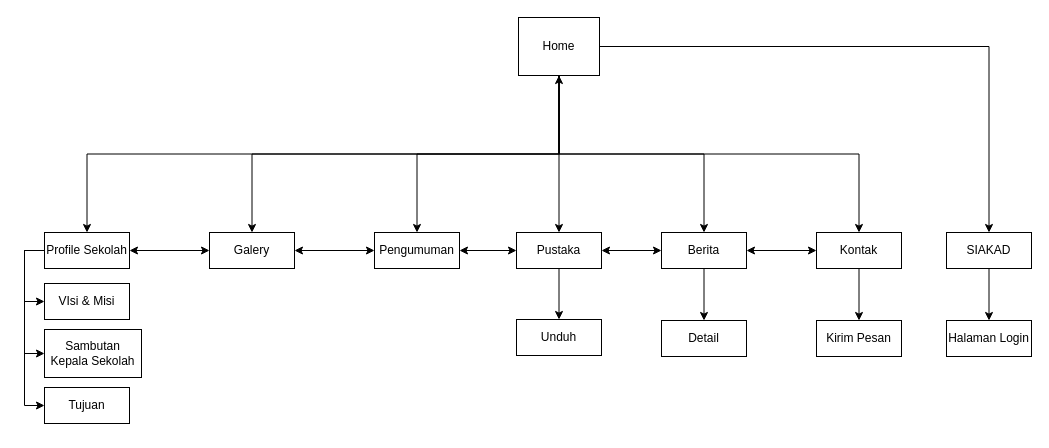
The draw.io diagram page "Page-2" (2 of 4) of Untitled Diagram.drawio in aldonicolaz/siakad-petrus, before the edit. Source tidied: cells renumbered, new cells numbered last; positions are measured from the earlier drawing's top-left corner, leaving out a move shared by most shapes. Both pictures are drawn from the tidied source at 100%, with x=0, y=0 at pixel (24, 17).
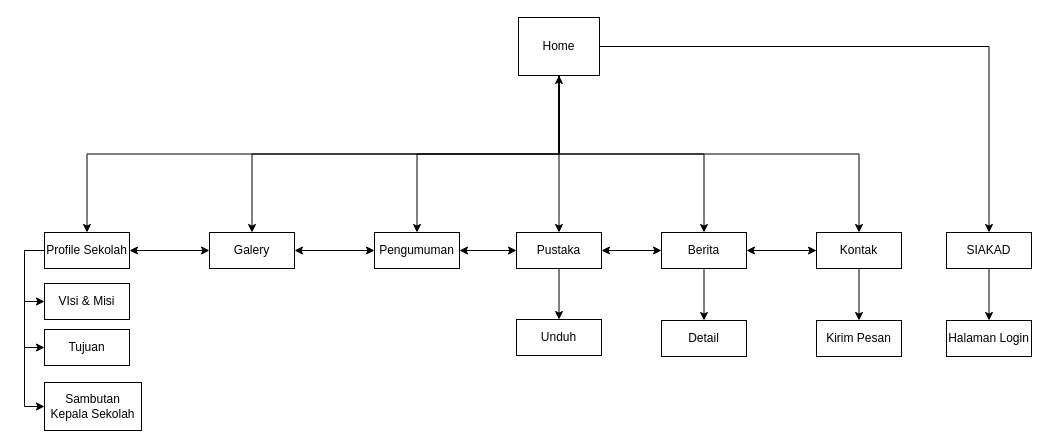
After the change.

The change refers to these unchanged cells:
```xml
<mxCell id="14" value="Profile Sekolah&lt;br&gt;" style="rounded=0;whiteSpace=wrap;html=1;strokeWidth=1;" parent="1" vertex="1">
  <mxGeometry x="20" y="215" width="85" height="36" as="geometry" />
</mxCell>
```

Change to the diagram source:
```diff
@@
-    <mxCell id="12" style="edgeStyle=orthogonalEdgeStyle;rounded=0;jettySize=auto;html=1;exitX=0;exitY=0.5;exitDx=0;exitDy=0;entryX=0;entryY=0.5;entryDx=0;entryDy=0;strokeWidth=1;" parent="1" edge="1" source="14" target="25">
-      <mxGeometry relative="1" as="geometry">
-        <Array as="points">
-          <mxPoint y="233" />
-          <mxPoint y="388" />
-        </Array>
-      </mxGeometry>
+    <mxCell id="12" style="edgeStyle=orthogonalEdgeStyle;rounded=0;jettySize=auto;html=1;exitX=0;exitY=0.5;exitDx=0;exitDy=0;entryX=0;entryY=0.5;entryDx=0;entryDy=0;" parent="1" edge="1" source="14" target="25">
+      <mxGeometry relative="1" as="geometry" />
     </mxCell>
-    <mxCell id="13" style="edgeStyle=orthogonalEdgeStyle;rounded=0;jettySize=auto;html=1;entryX=0;entryY=0.5;entryDx=0;entryDy=0;strokeWidth=1;" parent="1" edge="1" source="14" target="24">
+    <mxCell id="13" style="edgeStyle=orthogonalEdgeStyle;rounded=0;jettySize=auto;html=1;entryX=0;entryY=0.5;entryDx=0;entryDy=0;" parent="1" edge="1" source="14" target="24">
       <mxGeometry relative="1" as="geometry">
         <Array as="points">
           <mxPoint y="233" />
-          <mxPoint y="336" />
+          <mxPoint y="389" />
         </Array>
       </mxGeometry>
     </mxCell>
@@
     <mxCell id="24" value="Sambutan Kepala Sekolah" style="rounded=0;whiteSpace=wrap;html=1;strokeWidth=1;" parent="1" vertex="1">
-      <mxGeometry x="20" y="312" width="97" height="48" as="geometry" />
+      <mxGeometry x="20" y="365" width="97" height="48" as="geometry" />
     </mxCell>
     <mxCell id="25" value="Tujuan" style="rounded=0;whiteSpace=wrap;html=1;strokeWidth=1;" parent="1" vertex="1">
-      <mxGeometry x="20" y="370" width="85" height="36" as="geometry" />
+      <mxGeometry x="20" y="312" width="85" height="36" as="geometry" />
     </mxCell>
```
